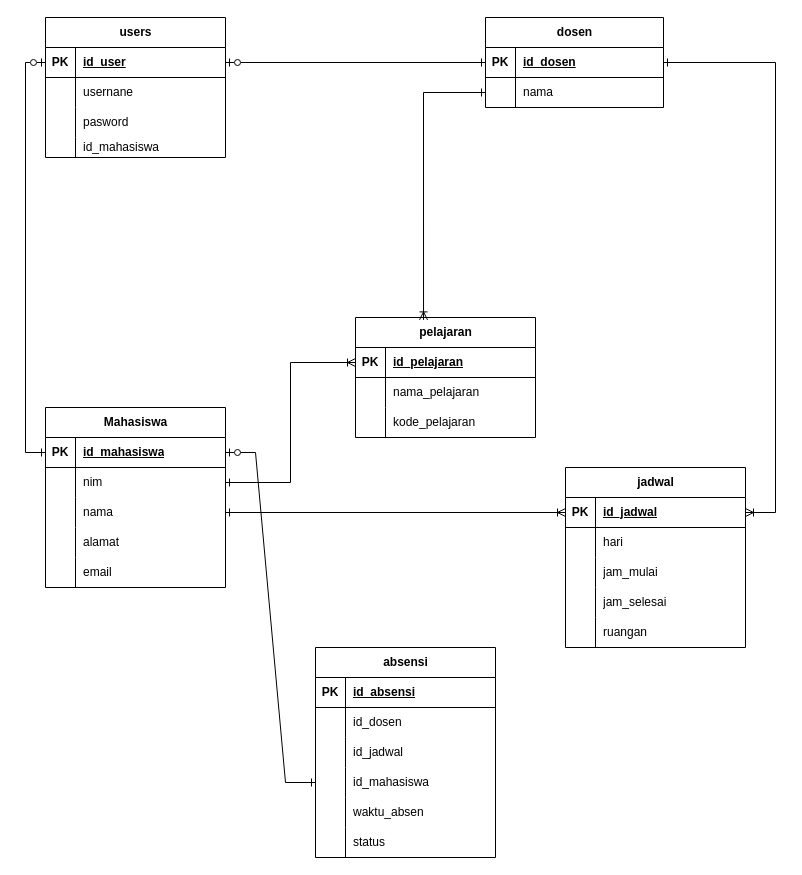
Earlier version of the draw.io diagram TIB-ERD.drawio (g0st-r00t-x/project-kelas-design). Source tidied: cells renumbered, new cells numbered last; positions are measured from the earlier drawing's top-left corner, leaving out a move shared by most shapes. Both pictures are drawn from the tidied source at 100%, with x=0, y=0 at pixel (45, 17).
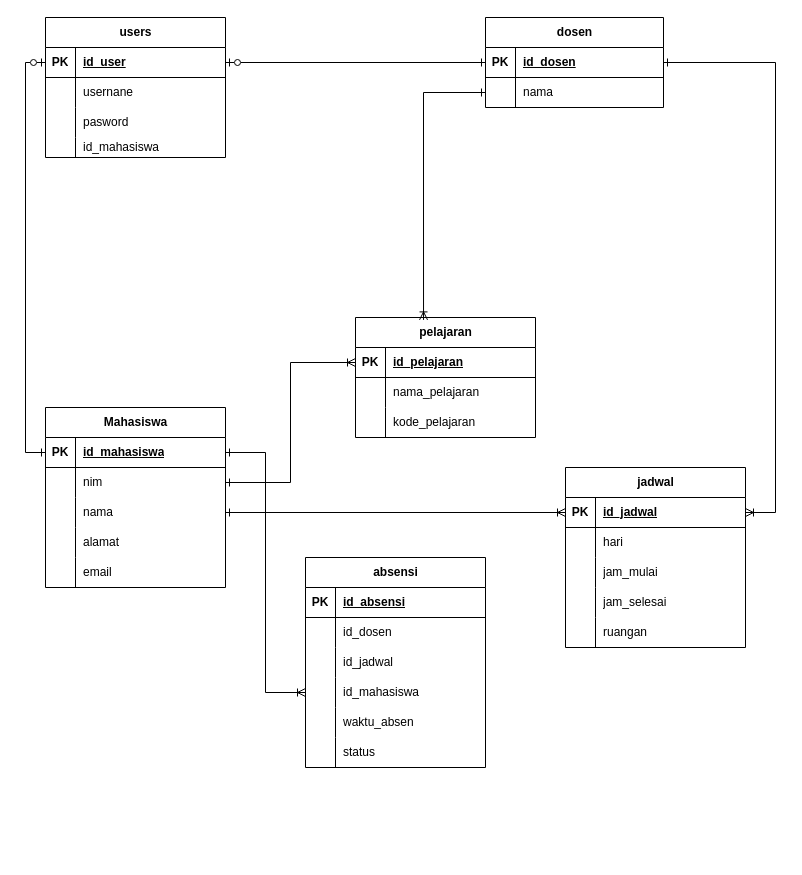
The same page after the edit.

The change refers to these unchanged cells:
```xml
<mxCell id="3" style="shape=tableRow;horizontal=0;startSize=0;swimlaneHead=0;swimlaneBody=0;fillColor=none;points=[[0,0.5],[1,0.5]];portConstraint=eastwest;top=0;left=0;right=0;bottom=1;" parent="2" vertex="1">
  <mxGeometry y="30" width="180" height="30" as="geometry" />
</mxCell>
<mxCell id="51" style="shape=tableRow;horizontal=0;startSize=0;swimlaneHead=0;swimlaneBody=0;fillColor=none;points=[[0,0.5],[1,0.5]];portConstraint=eastwest;top=0;left=0;right=0;bottom=0;" parent="41" vertex="1">
  <mxGeometry y="120" width="180" height="30" as="geometry" />
</mxCell>
```

What changed in the source:
```diff
@@
     <mxCell id="41" value="absensi" style="shape=table;startSize=30;childLayout=tableLayout;rowLines=0;fontStyle=1;align=center;html=1;" parent="1" vertex="1">
-      <mxGeometry x="270" y="630" width="180" height="210" as="geometry" />
+      <mxGeometry x="260" y="540" width="180" height="210" as="geometry" />
     </mxCell>
@@
-    <mxCell id="60" style="edgeStyle=entityRelationEdgeStyle;fontSize=12;html=1;endArrow=ERzeroToOne;rounded=0;startArrow=ERone;startFill=0;endFill=0;" parent="1" edge="1" source="51" target="3">
-      <mxGeometry relative="1" as="geometry" />
-    </mxCell>
@@
+    <mxCell id="90" style="edgeStyle=orthogonalEdgeStyle;rounded=0;jettySize=auto;html=1;startArrow=ERone;startFill=0;endArrow=ERoneToMany;endFill=0;" parent="1" edge="1" source="3" target="51">
+      <mxGeometry relative="1" as="geometry" />
+    </mxCell>
```
